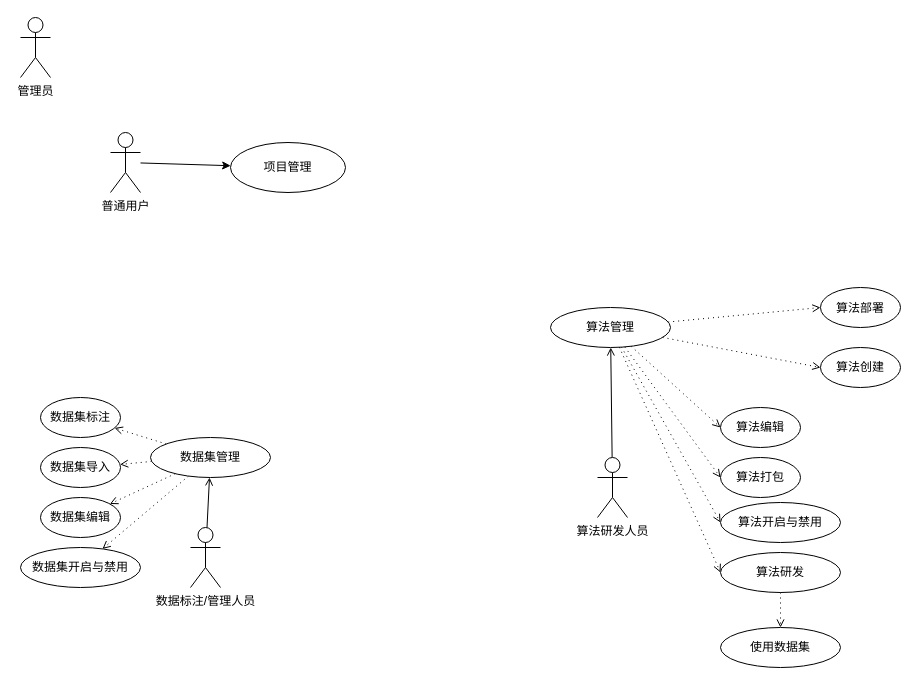
bigflyelephant/uml_set keeps this draw.io diagram as 毕设uml/普通用户用例图.drawio. Above is the earlier version. Source tidied: cells renumbered, new cells numbered last; positions are measured from the earlier drawing's top-left corner, leaving out a move shared by most shapes. Both pictures are drawn from the tidied source at 100%, with x=0, y=0 at pixel (20, 17).
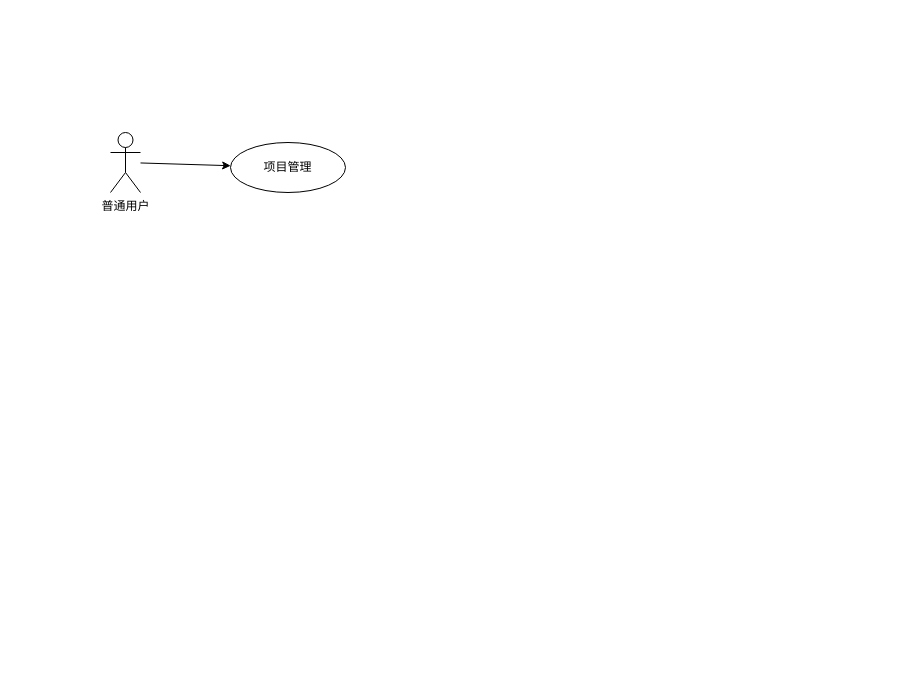
The same page after the edit.

Commit message (it also covers changes not shown here):
更新普通用户用例图.drawio

The edit, as a diff of the source:
```diff
@@
-    <mxCell id="5" value="管理员" style="shape=umlActor;verticalLabelPosition=bottom;verticalAlign=top;html=1;" parent="1" vertex="1">
-      <mxGeometry width="30" height="60" as="geometry" />
-    </mxCell>
-    <mxCell id="6" style="rounded=0;jettySize=auto;html=1;endArrow=open;endFill=0;" parent="1" edge="1" source="7" target="13">
-      <mxGeometry relative="1" as="geometry" />
-    </mxCell>
-    <mxCell id="7" value="算法研发人员" style="shape=umlActor;verticalLabelPosition=bottom;verticalAlign=top;html=1;outlineConnect=0;" parent="1" vertex="1">
-      <mxGeometry x="577" y="440" width="30" height="60" as="geometry" />
-    </mxCell>
-    <mxCell id="8" style="rounded=0;jettySize=auto;html=1;dashed=1;dashPattern=1 4;strokeWidth=1;jumpSize=6;endArrow=open;endFill=0;entryX=0;entryY=0.5;entryDx=0;entryDy=0;" parent="1" edge="1" source="13" target="14">
-      <mxGeometry relative="1" as="geometry" />
-    </mxCell>
-    <mxCell id="9" style="rounded=0;jettySize=auto;html=1;dashed=1;dashPattern=1 4;strokeWidth=1;jumpSize=6;endArrow=open;endFill=0;entryX=0;entryY=0.5;entryDx=0;entryDy=0;" parent="1" edge="1" source="13" target="15">
-      <mxGeometry relative="1" as="geometry" />
-    </mxCell>
-    <mxCell id="10" style="rounded=0;jettySize=auto;html=1;dashed=1;dashPattern=1 4;strokeWidth=1;jumpSize=6;endArrow=open;endFill=0;entryX=0;entryY=0.5;entryDx=0;entryDy=0;" parent="1" edge="1" source="13" target="16">
-      <mxGeometry relative="1" as="geometry" />
-    </mxCell>
-    <mxCell id="11" style="rounded=0;jettySize=auto;html=1;dashed=1;dashPattern=1 4;strokeWidth=1;jumpSize=6;endArrow=open;endFill=0;entryX=0;entryY=0.5;entryDx=0;entryDy=0;" parent="1" edge="1" source="13" target="17">
-      <mxGeometry relative="1" as="geometry" />
-    </mxCell>
-    <mxCell id="12" style="rounded=0;jettySize=auto;html=1;dashed=1;dashPattern=1 4;strokeWidth=1;jumpSize=6;endArrow=open;endFill=0;entryX=0;entryY=0.5;entryDx=0;entryDy=0;" parent="1" edge="1" source="13" target="18">
-      <mxGeometry relative="1" as="geometry" />
-    </mxCell>
-    <mxCell id="13" value="算法管理" style="ellipse;whiteSpace=wrap;html=1;verticalAlign=middle;" parent="1" vertex="1">
-      <mxGeometry x="530" y="290" width="120" height="40" as="geometry" />
-    </mxCell>
-    <mxCell id="14" value="算法创建" style="ellipse;whiteSpace=wrap;html=1;verticalAlign=middle;" parent="1" vertex="1">
-      <mxGeometry x="800" y="330" width="80" height="40" as="geometry" />
-    </mxCell>
-    <mxCell id="15" value="算法编辑" style="ellipse;whiteSpace=wrap;html=1;verticalAlign=middle;" parent="1" vertex="1">
-      <mxGeometry x="700" y="390" width="80" height="40" as="geometry" />
-    </mxCell>
-    <mxCell id="16" value="&lt;p style=&quot;line-height: 100%;&quot;&gt;算法部署&lt;/p&gt;" style="ellipse;whiteSpace=wrap;html=1;verticalAlign=middle;" parent="1" vertex="1">
-      <mxGeometry x="800" y="270" width="80" height="40" as="geometry" />
-    </mxCell>
-    <mxCell id="17" value="算法打包" style="ellipse;whiteSpace=wrap;html=1;verticalAlign=middle;" parent="1" vertex="1">
-      <mxGeometry x="700" y="440" width="80" height="40" as="geometry" />
-    </mxCell>
-    <mxCell id="18" value="算法开启与禁用" style="ellipse;whiteSpace=wrap;html=1;verticalAlign=middle;" parent="1" vertex="1">
-      <mxGeometry x="700" y="485" width="120" height="40" as="geometry" />
-    </mxCell>
-    <mxCell id="19" value="数据标注/管理人员" style="shape=umlActor;verticalLabelPosition=bottom;verticalAlign=top;html=1;outlineConnect=0;" parent="1" vertex="1">
-      <mxGeometry x="170" y="510" width="30" height="60" as="geometry" />
-    </mxCell>
-    <mxCell id="20" style="rounded=0;jettySize=auto;html=1;dashed=1;dashPattern=1 4;strokeWidth=1;jumpSize=6;endArrow=open;endFill=0;" parent="1" edge="1" source="24" target="25">
-      <mxGeometry relative="1" as="geometry" />
-    </mxCell>
-    <mxCell id="21" style="rounded=0;jettySize=auto;html=1;dashed=1;dashPattern=1 4;strokeWidth=1;jumpSize=6;endArrow=open;endFill=0;" parent="1" edge="1" source="24" target="26">
-      <mxGeometry relative="1" as="geometry" />
-    </mxCell>
-    <mxCell id="22" style="rounded=0;jettySize=auto;html=1;dashed=1;dashPattern=1 4;strokeWidth=1;jumpSize=6;endArrow=open;endFill=0;" parent="1" edge="1" source="24" target="27">
-      <mxGeometry relative="1" as="geometry" />
-    </mxCell>
-    <mxCell id="23" style="rounded=0;jettySize=auto;html=1;dashed=1;dashPattern=1 4;strokeWidth=1;jumpSize=6;endArrow=open;endFill=0;" parent="1" edge="1" source="24" target="28">
-      <mxGeometry relative="1" as="geometry" />
-    </mxCell>
-    <mxCell id="24" value="数据集管理" style="ellipse;whiteSpace=wrap;html=1;verticalAlign=middle;" parent="1" vertex="1">
-      <mxGeometry x="130" y="420" width="120" height="40" as="geometry" />
-    </mxCell>
-    <mxCell id="25" value="数据集导入" style="ellipse;whiteSpace=wrap;html=1;verticalAlign=middle;" parent="1" vertex="1">
-      <mxGeometry x="20" y="430" width="80" height="40" as="geometry" />
-    </mxCell>
-    <mxCell id="26" value="数据集编辑" style="ellipse;whiteSpace=wrap;html=1;verticalAlign=middle;" parent="1" vertex="1">
-      <mxGeometry x="20" y="480" width="80" height="40" as="geometry" />
-    </mxCell>
-    <mxCell id="27" value="数据集&lt;span style=&quot;background-color: initial;&quot;&gt;标注&lt;/span&gt;" style="ellipse;whiteSpace=wrap;html=1;verticalAlign=middle;" parent="1" vertex="1">
-      <mxGeometry x="20" y="380" width="80" height="40" as="geometry" />
-    </mxCell>
-    <mxCell id="28" value="数据集开启与禁用" style="ellipse;whiteSpace=wrap;html=1;verticalAlign=middle;" parent="1" vertex="1">
-      <mxGeometry y="530" width="120" height="40" as="geometry" />
-    </mxCell>
-    <mxCell id="29" style="rounded=0;jettySize=auto;html=1;endArrow=open;endFill=0;" parent="1" edge="1" source="19" target="24">
-      <mxGeometry relative="1" as="geometry" />
-    </mxCell>
-    <mxCell id="30" style="rounded=0;jettySize=auto;html=1;dashed=1;dashPattern=1 4;strokeWidth=1;jumpSize=6;endArrow=open;endFill=0;entryX=0;entryY=0.5;entryDx=0;entryDy=0;" parent="1" edge="1" source="13" target="31">
-      <mxGeometry relative="1" as="geometry" />
-    </mxCell>
-    <mxCell id="31" value="算法研发" style="ellipse;whiteSpace=wrap;html=1;verticalAlign=middle;" parent="1" vertex="1">
-      <mxGeometry x="700" y="535" width="120" height="40" as="geometry" />
-    </mxCell>
-    <mxCell id="32" style="rounded=0;jettySize=auto;html=1;dashed=1;dashPattern=1 4;strokeWidth=1;jumpSize=6;endArrow=open;endFill=0;" parent="1" edge="1" source="31" target="33">
-      <mxGeometry relative="1" as="geometry" />
-    </mxCell>
-    <mxCell id="33" value="使用数据集" style="ellipse;whiteSpace=wrap;html=1;verticalAlign=middle;" parent="1" vertex="1">
-      <mxGeometry x="700" y="610" width="120" height="40" as="geometry" />
-    </mxCell>
```
